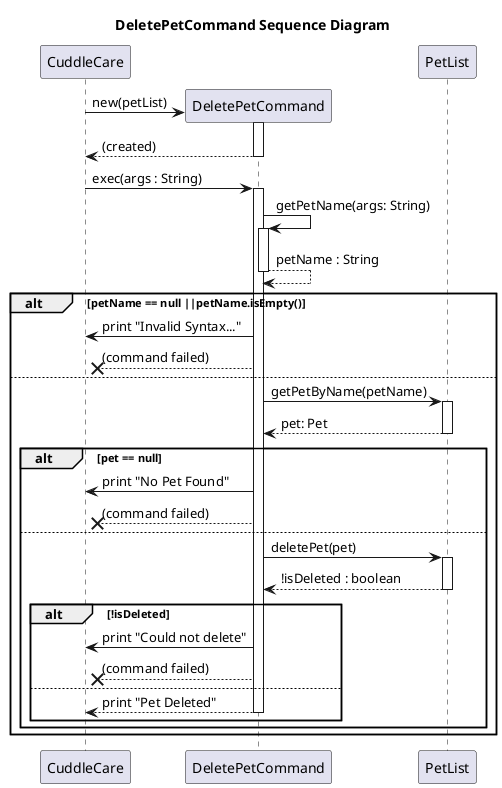
The PlantUML diagram docs/diagrams/DeletePetCommand_Sequence_Diagram.png in Kevin88866/tp, before a commit.
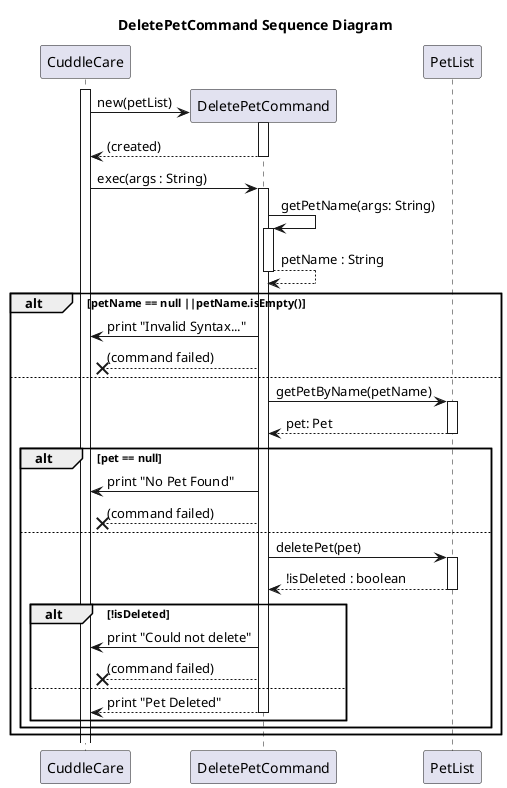
The same file after the commit.

The edit, as a diff of the source:
```diff
@@ -1,5 +1,7 @@
 @startuml
 title DeletePetCommand Sequence Diagram
+
+activate CuddleCare
 
 CuddleCare -> DeletePetCommand** : new(petList)
 activate DeletePetCommand
```
